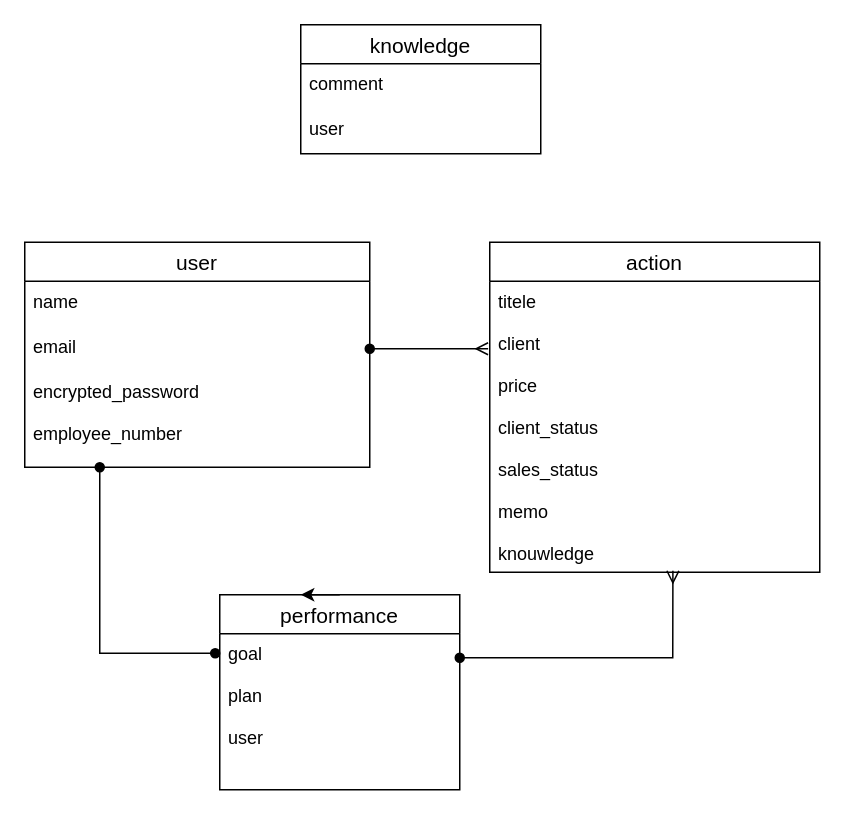
Above: urican.dio in sayaka-ando/urican_app (draw.io), before the change. Source tidied: cells renumbered, new cells numbered last; positions are measured from the earlier drawing's top-left corner, leaving out a move shared by most shapes. Both pictures are drawn from the tidied source at 150%, with x=0, y=0 at pixel (24, 24).
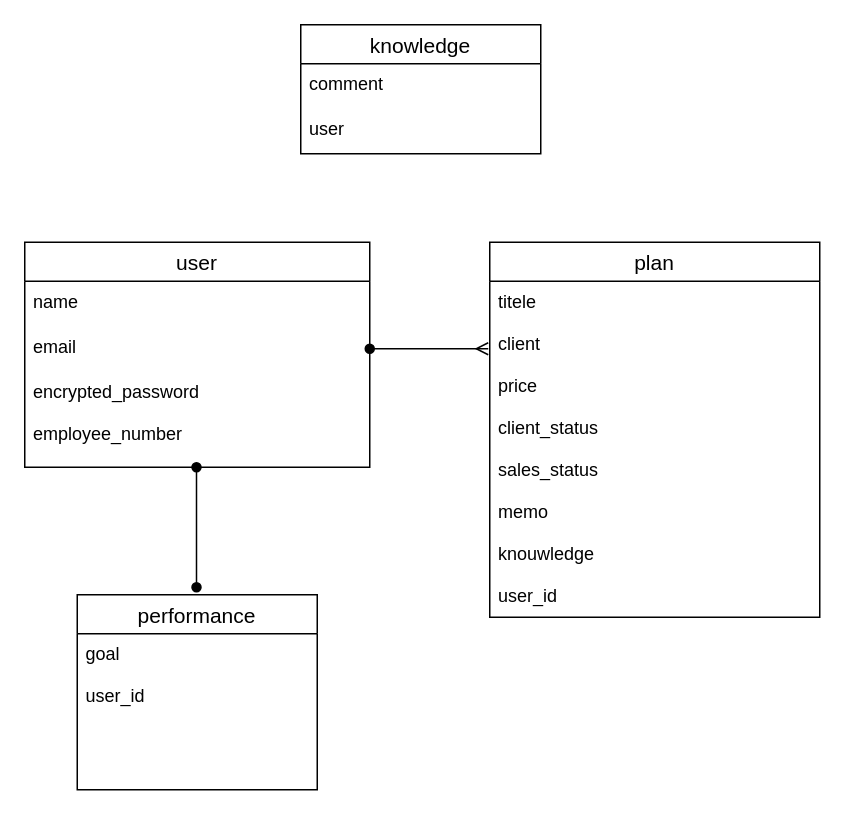
Above is the later version.

Change to the diagram source:
```diff
@@
 <mxGraphModel>
   <root>
     <mxCell id="0" />
     <mxCell id="1" parent="0" />
     <mxCell id="2" value="user" style="swimlane;fontStyle=0;horizontal=1;startSize=26;align=center;fontSize=14;" parent="1" vertex="1">
       <mxGeometry y="145" width="230" height="150" as="geometry" />
     </mxCell>
     <mxCell id="3" value="name&#10;" style="text;strokeColor=none;fillColor=none;spacingLeft=4;spacingRight=4;overflow=hidden;fontSize=12;" parent="2" vertex="1">
       <mxGeometry y="26" width="230" height="30" as="geometry" />
     </mxCell>
     <mxCell id="4" value="email&#10;" style="text;strokeColor=none;fillColor=none;spacingLeft=4;spacingRight=4;overflow=hidden;points=[[0,0.5],[1,0.5]];portConstraint=eastwest;fontSize=12;" parent="2" vertex="1">
       <mxGeometry y="56" width="230" height="30" as="geometry" />
     </mxCell>
     <mxCell id="5" value="encrypted_password&#10;&#10;employee_number" style="text;strokeColor=none;fillColor=none;spacingLeft=4;spacingRight=4;overflow=hidden;fontSize=12;" parent="2" vertex="1">
       <mxGeometry y="86" width="230" height="64" as="geometry" />
     </mxCell>
+    <mxCell id="11" style="endArrow=oval;html=1;rounded=0;endFill=1;startArrow=oval;startFill=1;" parent="2" edge="1">
+      <mxGeometry relative="1" as="geometry">
+        <mxPoint x="114.5" y="150" as="sourcePoint" />
+        <mxPoint x="114.5" y="230" as="targetPoint" />
+      </mxGeometry>
+    </mxCell>
-    <mxCell id="6" value="action" style="swimlane;fontStyle=0;horizontal=1;startSize=26;align=center;fontSize=14;" parent="1" vertex="1">
-      <mxGeometry x="310" y="145" width="220" height="220" as="geometry" />
+    <mxCell id="6" value="plan" style="swimlane;fontStyle=0;horizontal=1;startSize=26;align=center;fontSize=14;" parent="1" vertex="1">
+      <mxGeometry x="310" y="145" width="220" height="250" as="geometry" />
     </mxCell>
-    <mxCell id="7" value="titele&#10;&#10;client&#10;&#10;price&#10;&#10;client_status&#10;&#10;sales_status&#10;&#10;memo&#10;&#10;knouwledge" style="text;strokeColor=none;fillColor=none;spacingLeft=4;spacingRight=4;overflow=hidden;points=[[0,0.5],[1,0.5]];portConstraint=eastwest;fontSize=12;" parent="6" vertex="1">
-      <mxGeometry y="26" width="220" height="194" as="geometry" />
+    <mxCell id="7" value="titele&#10;&#10;client&#10;&#10;price&#10;&#10;client_status&#10;&#10;sales_status&#10;&#10;memo&#10;&#10;knouwledge&#10;&#10;user_id&#10;" style="text;strokeColor=none;fillColor=none;spacingLeft=4;spacingRight=4;overflow=hidden;points=[[0,0.5],[1,0.5]];portConstraint=eastwest;fontSize=12;" parent="6" vertex="1">
+      <mxGeometry y="26" width="220" height="224" as="geometry" />
     </mxCell>
     <mxCell id="8" value="performance" style="swimlane;fontStyle=0;horizontal=1;startSize=26;align=center;fontSize=14;" parent="1" vertex="1">
-      <mxGeometry x="130" y="380" width="160" height="130" as="geometry" />
+      <mxGeometry x="35" y="380" width="160" height="130" as="geometry" />
     </mxCell>
-    <mxCell id="9" value="goal&#10;&#10;plan&#10;&#10;user&#10;" style="text;strokeColor=none;fillColor=none;spacingLeft=4;spacingRight=4;overflow=hidden;points=[[0,0.5],[1,0.5]];portConstraint=eastwest;fontSize=12;" parent="8" vertex="1">
+    <mxCell id="9" value="goal&#10;&#10;user_id&#10;" style="text;strokeColor=none;fillColor=none;spacingLeft=4;spacingRight=4;overflow=hidden;points=[[0,0.5],[1,0.5]];portConstraint=eastwest;fontSize=12;" parent="8" vertex="1">
       <mxGeometry y="26" width="160" height="104" as="geometry" />
     </mxCell>
-    <mxCell id="10" style="rounded=0;jettySize=auto;html=1;exitX=1;exitY=0.5;exitDx=0;exitDy=0;entryX=-0.005;entryY=0.232;entryDx=0;entryDy=0;entryPerimeter=0;startArrow=oval;startFill=1;endArrow=ERmany;endFill=0;" parent="1" edge="1" source="4" target="7">
-      <mxGeometry relative="1" as="geometry" />
+    <mxCell id="10" style="rounded=0;jettySize=auto;html=1;exitX=1;exitY=0.5;exitDx=0;exitDy=0;startArrow=oval;startFill=1;endArrow=ERmany;endFill=0;" parent="1" edge="1" source="4">
+      <mxGeometry relative="1" as="geometry">
+        <mxPoint x="309" y="216" as="targetPoint" />
+      </mxGeometry>
     </mxCell>
-    <mxCell id="11" style="endArrow=oval;html=1;rounded=0;endFill=1;startArrow=oval;startFill=1;entryX=-0.019;entryY=0.125;entryDx=0;entryDy=0;entryPerimeter=0;" parent="1" edge="1" target="9">
-      <mxGeometry relative="1" as="geometry">
-        <mxPoint x="50" y="295" as="sourcePoint" />
-        <Array as="points">
-          <mxPoint x="50" y="419" />
-        </Array>
-      </mxGeometry>
-    </mxCell>
-    <mxCell id="12" style="edgeStyle=none;rounded=0;jettySize=auto;html=1;exitX=1;exitY=0.154;exitDx=0;exitDy=0;entryX=0.555;entryY=0.995;entryDx=0;entryDy=0;entryPerimeter=0;startArrow=oval;startFill=1;endArrow=ERmany;endFill=0;exitPerimeter=0;" parent="1" edge="1" source="9" target="7">
-      <mxGeometry relative="1" as="geometry">
-        <Array as="points">
-          <mxPoint x="432" y="422" />
-        </Array>
-      </mxGeometry>
-    </mxCell>
-    <mxCell id="13" style="edgeStyle=orthogonalEdgeStyle;rounded=0;orthogonalLoop=1;jettySize=auto;html=1;exitX=0.5;exitY=0;exitDx=0;exitDy=0;entryX=0.338;entryY=0;entryDx=0;entryDy=0;entryPerimeter=0;" parent="1" edge="1" source="8" target="8">
-      <mxGeometry relative="1" as="geometry" />
-    </mxCell>
     <mxCell id="14" value="knowledge" style="swimlane;fontStyle=0;horizontal=1;startSize=26;align=center;fontSize=14;" parent="1" vertex="1">
       <mxGeometry x="184" width="160" height="86" as="geometry" />
     </mxCell>
     <mxCell id="15" value="comment" style="text;strokeColor=none;fillColor=none;spacingLeft=4;spacingRight=4;overflow=hidden;fontSize=12;" parent="14" vertex="1">
       <mxGeometry y="26" width="160" height="30" as="geometry" />
     </mxCell>
     <mxCell id="16" value="user" style="text;strokeColor=none;fillColor=none;spacingLeft=4;spacingRight=4;overflow=hidden;fontSize=12;" parent="14" vertex="1">
       <mxGeometry y="56" width="160" height="30" as="geometry" />
     </mxCell>
   </root>
 </mxGraphModel>
```
